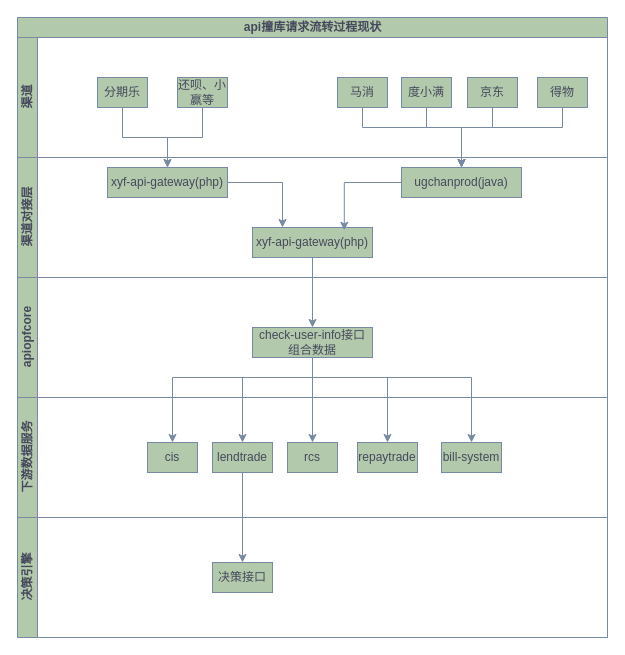
Above: api撞库请求流转过程现状.drawio in yuanlj-tea/picgo (draw.io), before the change. Source tidied: cells renumbered, new cells numbered last; positions are measured from the earlier drawing's top-left corner, leaving out a move shared by most shapes. Both pictures are drawn from the tidied source at 100%, with x=0, y=0 at pixel (17, 17).
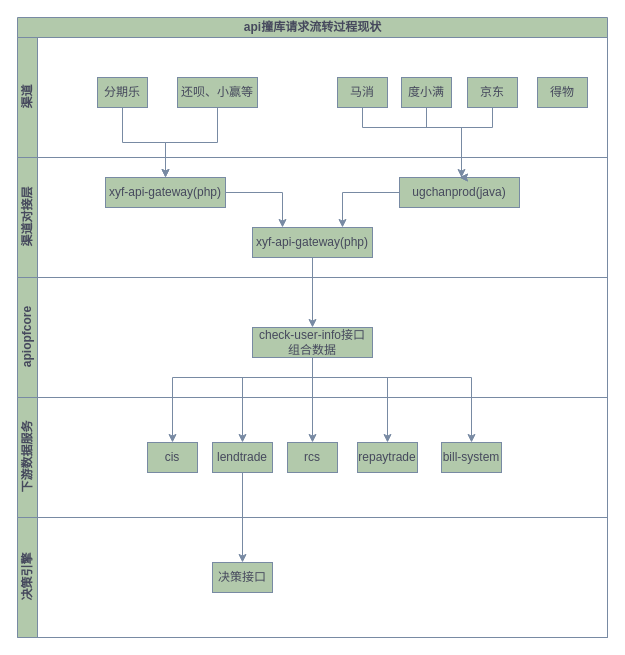
The same diagram, later.

Commit message (it also covers changes not shown here):
更新api撞库请求流转过程现状.drawio

Unchanged cells that the change refers to:
```xml
<mxCell id="2" value="api撞库请求流转过程现状" style="swimlane;horizontal=1;startSize=20;html=1;strokeColor=#788AA3;fontColor=#46495D;fillColor=#B2C9AB;" parent="1" vertex="1">
  <mxGeometry width="590" height="620" as="geometry" />
</mxCell>
<mxCell id="3" value="渠道" style="swimlane;startSize=20;horizontal=0;html=1;strokeColor=#788AA3;fontColor=#46495D;fillColor=#B2C9AB;" parent="2" vertex="1">
  <mxGeometry y="20" width="590" height="120" as="geometry" />
</mxCell>
<mxCell id="9" value="得物" style="rounded=0;whiteSpace=wrap;html=1;strokeColor=#788AA3;fontColor=#46495D;fillColor=#B2C9AB;" parent="3" vertex="1">
  <mxGeometry x="520" y="40" width="50" height="30" as="geometry" />
</mxCell>
<mxCell id="10" value="渠道对接层" style="swimlane;startSize=20;horizontal=0;html=1;strokeColor=#788AA3;fontColor=#46495D;fillColor=#B2C9AB;" parent="2" vertex="1">
  <mxGeometry y="140" width="590" height="120" as="geometry" />
</mxCell>
<mxCell id="14" value="xyf-api-gateway(php)" style="rounded=0;whiteSpace=wrap;html=1;strokeColor=#788AA3;fontColor=#46495D;fillColor=#B2C9AB;" parent="10" vertex="1">
  <mxGeometry x="235" y="70" width="120" height="30" as="geometry" />
</mxCell>
```

What changed in the source:
```diff
@@
     <mxCell id="5" value="还呗、小赢等" style="rounded=0;whiteSpace=wrap;html=1;strokeColor=#788AA3;fontColor=#46495D;fillColor=#B2C9AB;" parent="3" vertex="1">
-      <mxGeometry x="160" y="40" width="50" height="30" as="geometry" />
+      <mxGeometry x="160" y="40" width="80" height="30" as="geometry" />
     </mxCell>
@@
     <mxCell id="12" value="xyf-api-gateway(php)" style="rounded=0;whiteSpace=wrap;html=1;strokeColor=#788AA3;fontColor=#46495D;fillColor=#B2C9AB;" parent="10" vertex="1">
-      <mxGeometry x="90" y="10" width="120" height="30" as="geometry" />
+      <mxGeometry x="88" y="20" width="120" height="30" as="geometry" />
     </mxCell>
     <mxCell id="13" value="ugchanprod(java)" style="rounded=0;whiteSpace=wrap;html=1;strokeColor=#788AA3;fontColor=#46495D;fillColor=#B2C9AB;" parent="10" vertex="1">
-      <mxGeometry x="384" y="10" width="120" height="30" as="geometry" />
+      <mxGeometry x="382" y="20" width="120" height="30" as="geometry" />
     </mxCell>
@@
-    <mxCell id="15" style="edgeStyle=orthogonalEdgeStyle;rounded=0;jettySize=auto;html=1;entryX=0.765;entryY=0.093;entryDx=0;entryDy=0;entryPerimeter=0;strokeColor=#788AA3;fontColor=#46495D;fillColor=#B2C9AB;" parent="10" edge="1" source="13" target="14">
+    <mxCell id="15" style="edgeStyle=orthogonalEdgeStyle;rounded=0;jettySize=auto;html=1;entryX=0.75;entryY=0;entryDx=0;entryDy=0;strokeColor=#788AA3;fontColor=#46495D;fillColor=#B2C9AB;" parent="10" edge="1" source="13" target="14">
       <mxGeometry relative="1" as="geometry" />
     </mxCell>
@@
-    <mxCell id="31" style="edgeStyle=orthogonalEdgeStyle;rounded=0;jettySize=auto;html=1;entryX=0.5;entryY=0;entryDx=0;entryDy=0;strokeColor=#788AA3;fontColor=#46495D;fillColor=#B2C9AB;" parent="2" edge="1" source="9" target="13">
-      <mxGeometry relative="1" as="geometry">
-        <Array as="points">
-          <mxPoint x="545" y="110" />
-          <mxPoint x="444" y="110" />
-        </Array>
-      </mxGeometry>
-    </mxCell>
```
